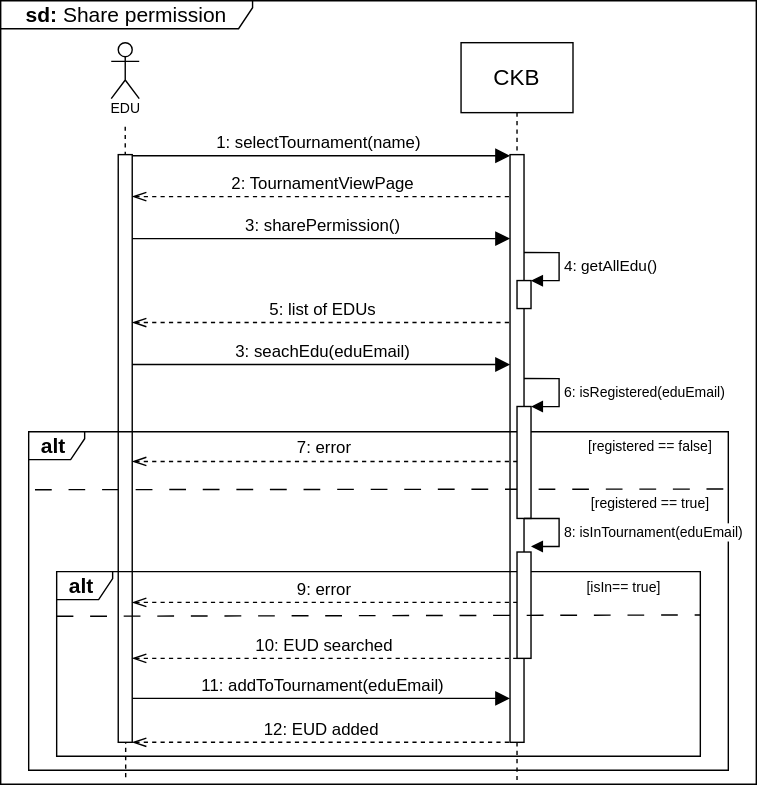
Above: RASD/images/sequence_diagrams/.svg/Share_Permission.svg in pontig/sw-eng-2-PasiniPontiggiaStasi (draw.io), before the change. Source tidied: cells renumbered, new cells last; positions are measured from the earlier drawing's top-left corner, leaving out a move shared by most shapes.
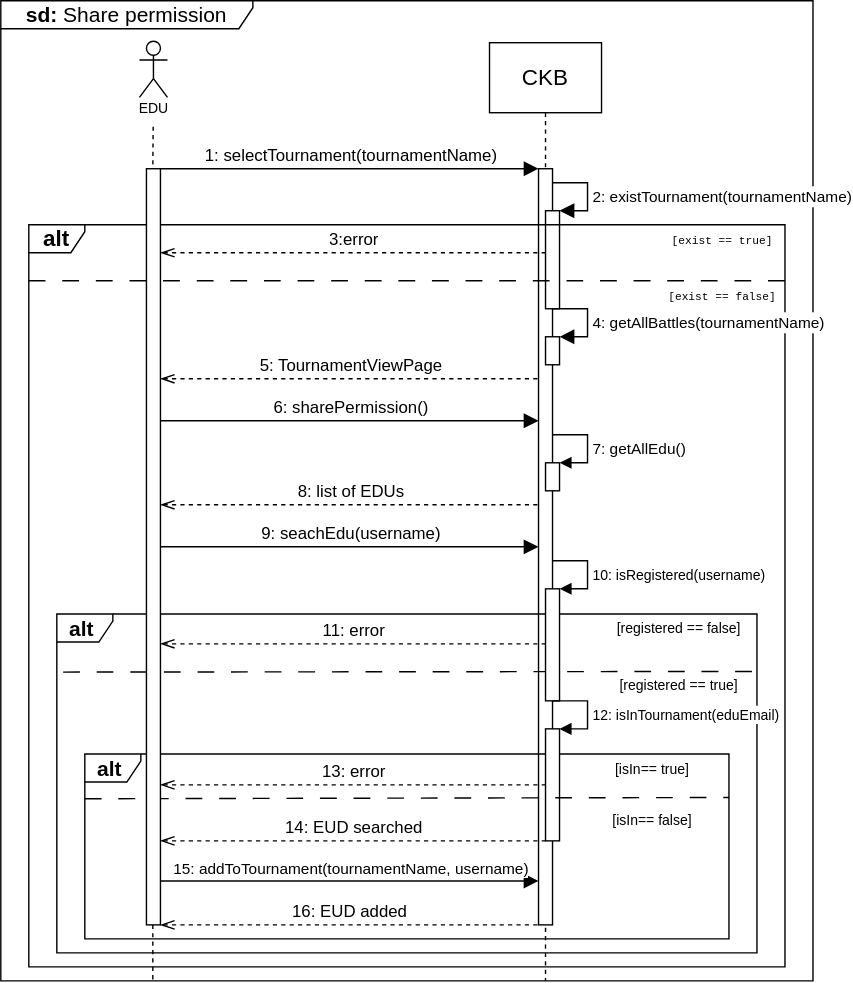
After the commit.

Change to the diagram source:
```diff
@@ -3,24 +3,27 @@
     <mxCell id="0" />
     <mxCell id="1" parent="0" />
     <mxCell id="2" value="CKB" style="shape=umlLifeline;perimeter=lifelinePerimeter;whiteSpace=wrap;html=1;newEdgeStyle={&quot;edgeStyle&quot;:&quot;elbowEdgeStyle&quot;,&quot;elbow&quot;:&quot;vertical&quot;,&quot;curved&quot;:0,&quot;rounded&quot;:0};fontSize=16;size=50;" parent="1" vertex="1">
-      <mxGeometry x="329" y="30" width="80" height="530" as="geometry" />
+      <mxGeometry x="329" y="-100" width="80" height="670" as="geometry" />
     </mxCell>
     <mxCell id="3" style="html=1;points=[[0,0,0,0,5],[0,1,0,0,-5],[1,0,0,0,5],[1,1,0,0,-5]];perimeter=orthogonalPerimeter;outlineConnect=0;targetShapes=umlLifeline;portConstraint=eastwest;newEdgeStyle={&quot;curved&quot;:0,&quot;rounded&quot;:0};fontSize=16;" parent="2" vertex="1">
-      <mxGeometry x="35" y="80" width="10" height="420" as="geometry" />
+      <mxGeometry x="35" y="90" width="10" height="540" as="geometry" />
     </mxCell>
     <mxCell id="4" style="shape=umlActor;verticalLabelPosition=bottom;verticalAlign=top;html=1;fontSize=16;" parent="1" vertex="1">
-      <mxGeometry x="79" y="30" width="20" height="40" as="geometry" />
+      <mxGeometry x="79" y="-101" width="20" height="40" as="geometry" />
     </mxCell>
     <mxCell id="5" value="&lt;font style=&quot;font-size: 10px;&quot;&gt;EDU&lt;/font&gt;" style="text;html=1;align=center;verticalAlign=middle;strokeColor=none;fillColor=none;fontSize=16;" parent="1" vertex="1">
-      <mxGeometry x="69" y="60" width="40" height="30" as="geometry" />
+      <mxGeometry x="69" y="-70" width="40" height="30" as="geometry" />
     </mxCell>
-    <mxCell id="6" style="edgeStyle=elbowEdgeStyle;fontSize=12;html=1;endArrow=none;endFill=0;startArrow=none;startFill=0;endSize=6;startSize=6;rounded=0;curved=1;dashed=1;entryX=0.164;entryY=0.996;entryDx=0;entryDy=0;entryPerimeter=0;" parent="1" edge="1" target="11">
+    <mxCell id="6" style="edgeStyle=elbowEdgeStyle;fontSize=12;html=1;endArrow=none;endFill=0;startArrow=none;startFill=0;endSize=6;startSize=6;rounded=0;curved=1;dashed=1;" parent="1" edge="1" source="14">
       <mxGeometry relative="1" as="geometry">
-        <mxPoint x="89" y="90" as="sourcePoint" />
+        <mxPoint x="88.8" y="570" as="targetPoint" />
       </mxGeometry>
     </mxCell>
-    <mxCell id="7" value="1: selectTournament(name)" style="html=1;verticalAlign=bottom;endArrow=block;curved=0;rounded=0;fontSize=12;startSize=8;endSize=8;exitX=0.563;exitY=0.002;exitDx=0;exitDy=0;exitPerimeter=0;" parent="1" edge="1" source="14" target="3">
-      <mxGeometry relative="1" as="geometry" />
+    <mxCell id="7" value="1: selectTournament(tournamentName)" style="html=1;verticalAlign=bottom;endArrow=block;curved=0;rounded=0;fontSize=12;startSize=8;endSize=8;" parent="1" edge="1">
+      <mxGeometry relative="1" as="geometry">
+        <mxPoint x="94" y="-10" as="sourcePoint" />
+        <mxPoint x="364" y="-10" as="targetPoint" />
+      </mxGeometry>
     </mxCell>
     <mxCell id="8" value="&lt;p style=&quot;font-size: 10px;&quot;&gt;&lt;font style=&quot;font-size: 10px;&quot;&gt;&lt;font style=&quot;font-size: 10px;&quot;&gt;[registered&amp;nbsp;&lt;/font&gt;&lt;/font&gt;&lt;font style=&quot;font-size: 10px;&quot;&gt;&lt;font style=&quot;font-size: 10px;&quot;&gt;== true&lt;/font&gt;&lt;/font&gt;&lt;font style=&quot;font-size: 10px;&quot;&gt;]&lt;/font&gt;&lt;/p&gt;" style="text;html=1;align=center;verticalAlign=middle;strokeColor=none;fillColor=none;fontSize=16;" parent="1" vertex="1">
       <mxGeometry x="409" y="334" width="110" height="50" as="geometry" />
@@ -35,22 +38,15 @@
       </mxGeometry>
     </mxCell>
     <mxCell id="11" value="&lt;font style=&quot;font-size: 15px;&quot;&gt;&lt;b&gt;sd:&lt;/b&gt;&amp;nbsp;Share permission&lt;/font&gt;" style="shape=umlFrame;whiteSpace=wrap;html=1;fontSize=16;width=180;height=20;" parent="1" vertex="1">
-      <mxGeometry width="540" height="560" as="geometry" />
+      <mxGeometry x="-20" y="-130" width="580" height="700" as="geometry" />
     </mxCell>
-    <mxCell id="12" value="2: TournamentViewPage" style="html=1;verticalAlign=bottom;endArrow=none;curved=0;rounded=0;fontSize=12;startSize=8;endSize=8;dashed=1;startArrow=openThin;startFill=0;endFill=0;" parent="1" edge="1" source="14">
+    <mxCell id="12" value="5: TournamentViewPage" style="html=1;verticalAlign=bottom;endArrow=none;curved=0;rounded=0;fontSize=12;startSize=8;endSize=8;dashed=1;startArrow=openThin;startFill=0;endFill=0;" parent="1" edge="1">
       <mxGeometry relative="1" as="geometry">
+        <mxPoint x="94" y="140" as="sourcePoint" />
         <mxPoint x="364" y="140" as="targetPoint" />
       </mxGeometry>
     </mxCell>
-    <mxCell id="13" style="html=1;verticalAlign=bottom;endArrow=block;curved=0;rounded=0;fontSize=12;startSize=8;endSize=8;" parent="1" edge="1" target="14">
-      <mxGeometry relative="1" as="geometry">
-        <mxPoint x="89" y="140" as="sourcePoint" />
-      </mxGeometry>
-    </mxCell>
-    <mxCell id="14" style="html=1;points=[[0,0,0,0,5],[0,1,0,0,-5],[1,0,0,0,5],[1,1,0,0,-5]];perimeter=orthogonalPerimeter;outlineConnect=0;targetShapes=umlLifeline;portConstraint=eastwest;newEdgeStyle={&quot;curved&quot;:0,&quot;rounded&quot;:0};fontSize=16;" parent="1" vertex="1">
-      <mxGeometry x="84" y="110" width="10" height="420" as="geometry" />
-    </mxCell>
-    <mxCell id="15" value="3: sharePermission()" style="html=1;verticalAlign=bottom;endArrow=block;curved=0;rounded=0;fontSize=12;startSize=8;endSize=8;exitX=0.563;exitY=0.002;exitDx=0;exitDy=0;exitPerimeter=0;" parent="1" edge="1" target="3">
+    <mxCell id="15" value="6: sharePermission()" style="html=1;verticalAlign=bottom;endArrow=block;curved=0;rounded=0;fontSize=12;startSize=8;endSize=8;exitX=0.563;exitY=0.002;exitDx=0;exitDy=0;exitPerimeter=0;" parent="1" edge="1" target="3">
       <mxGeometry x="0.01" relative="1" as="geometry">
         <mxPoint x="94" y="170" as="sourcePoint" />
       </mxGeometry>
@@ -58,7 +54,7 @@
     <mxCell id="16" style="html=1;points=[[0,0,0,0,5],[0,1,0,0,-5],[1,0,0,0,5],[1,1,0,0,-5]];perimeter=orthogonalPerimeter;outlineConnect=0;targetShapes=umlLifeline;portConstraint=eastwest;newEdgeStyle={&quot;curved&quot;:0,&quot;rounded&quot;:0};" parent="1" vertex="1">
       <mxGeometry x="369" y="200" width="10" height="20" as="geometry" />
     </mxCell>
-    <mxCell id="17" value="4: getAllEdu()" style="html=1;align=left;spacingLeft=2;endArrow=block;rounded=0;edgeStyle=orthogonalEdgeStyle;curved=0;rounded=0;" parent="1" edge="1" target="16">
+    <mxCell id="17" value="7: getAllEdu()" style="html=1;align=left;spacingLeft=2;endArrow=block;rounded=0;edgeStyle=orthogonalEdgeStyle;curved=0;rounded=0;" parent="1" edge="1" target="16">
       <mxGeometry x="0.08" relative="1" as="geometry">
         <mxPoint x="374" y="180" as="sourcePoint" />
         <Array as="points">
@@ -73,7 +69,7 @@
     <mxCell id="19" style="html=1;points=[[0,0,0,0,5],[0,1,0,0,-5],[1,0,0,0,5],[1,1,0,0,-5]];perimeter=orthogonalPerimeter;outlineConnect=0;targetShapes=umlLifeline;portConstraint=eastwest;newEdgeStyle={&quot;curved&quot;:0,&quot;rounded&quot;:0};" parent="1" vertex="1">
       <mxGeometry x="369" y="290" width="10" height="80" as="geometry" />
     </mxCell>
-    <mxCell id="20" value="&lt;font style=&quot;font-size: 10px;&quot;&gt;6: isRegistered(eduEmail)&lt;/font&gt;" style="html=1;align=left;spacingLeft=2;endArrow=block;rounded=0;edgeStyle=orthogonalEdgeStyle;curved=0;rounded=0;" parent="1" edge="1" target="19">
+    <mxCell id="20" value="&lt;font style=&quot;font-size: 10px;&quot;&gt;10: isRegistered(username)&lt;/font&gt;" style="html=1;align=left;spacingLeft=2;endArrow=block;rounded=0;edgeStyle=orthogonalEdgeStyle;curved=0;rounded=0;" parent="1" edge="1" target="19">
       <mxGeometry x="0.08" relative="1" as="geometry">
         <mxPoint x="374" y="270" as="sourcePoint" />
         <Array as="points">
@@ -82,36 +78,36 @@
         </Array>
       </mxGeometry>
     </mxCell>
-    <mxCell id="21" value="7: error" style="html=1;verticalAlign=bottom;endArrow=none;curved=0;rounded=0;fontSize=12;startSize=8;endSize=8;startArrow=openThin;startFill=0;endFill=0;dashed=1;" parent="1" edge="1">
+    <mxCell id="21" value="11: error" style="html=1;verticalAlign=bottom;endArrow=none;curved=0;rounded=0;fontSize=12;startSize=8;endSize=8;startArrow=openThin;startFill=0;endFill=0;dashed=1;" parent="1" edge="1">
       <mxGeometry relative="1" as="geometry">
         <mxPoint x="94" y="329.3" as="sourcePoint" />
         <mxPoint x="369" y="329.3" as="targetPoint" />
       </mxGeometry>
     </mxCell>
-    <mxCell id="22" value="10: EUD searched" style="html=1;verticalAlign=bottom;endArrow=none;curved=0;rounded=0;fontSize=12;startSize=8;endSize=8;startArrow=openThin;startFill=0;endFill=0;dashed=1;" parent="1" edge="1" source="14">
+    <mxCell id="22" value="14: EUD searched" style="html=1;verticalAlign=bottom;endArrow=none;curved=0;rounded=0;fontSize=12;startSize=8;endSize=8;startArrow=openThin;startFill=0;endFill=0;dashed=1;" parent="1" edge="1" source="14">
       <mxGeometry relative="1" as="geometry">
         <mxPoint x="369" y="470" as="targetPoint" />
       </mxGeometry>
     </mxCell>
-    <mxCell id="23" value="5: list of EDUs" style="html=1;verticalAlign=bottom;endArrow=none;curved=0;rounded=0;fontSize=12;startSize=8;endSize=8;dashed=1;startArrow=openThin;startFill=0;endFill=0;" parent="1" edge="1">
+    <mxCell id="23" value="8: list of EDUs" style="html=1;verticalAlign=bottom;endArrow=none;curved=0;rounded=0;fontSize=12;startSize=8;endSize=8;dashed=1;startArrow=openThin;startFill=0;endFill=0;" parent="1" edge="1">
       <mxGeometry relative="1" as="geometry">
         <mxPoint x="94" y="230" as="sourcePoint" />
         <mxPoint x="364" y="230" as="targetPoint" />
       </mxGeometry>
     </mxCell>
-    <mxCell id="24" value="3: seachEdu(eduEmail)" style="html=1;verticalAlign=bottom;endArrow=block;curved=0;rounded=0;fontSize=12;startSize=8;endSize=8;exitX=0.563;exitY=0.002;exitDx=0;exitDy=0;exitPerimeter=0;" parent="1" edge="1">
+    <mxCell id="24" value="9: seachEdu(username)" style="html=1;verticalAlign=bottom;endArrow=block;curved=0;rounded=0;fontSize=12;startSize=8;endSize=8;exitX=0.563;exitY=0.002;exitDx=0;exitDy=0;exitPerimeter=0;" parent="1" edge="1">
       <mxGeometry x="0.01" relative="1" as="geometry">
         <mxPoint x="94" y="260" as="sourcePoint" />
         <mxPoint x="364" y="260" as="targetPoint" />
       </mxGeometry>
     </mxCell>
-    <mxCell id="25" value="11: addToTournament(eduEmail)" style="html=1;verticalAlign=bottom;endArrow=block;curved=0;rounded=0;fontSize=12;startSize=8;endSize=8;exitX=0.563;exitY=0.002;exitDx=0;exitDy=0;exitPerimeter=0;" parent="1" edge="1">
+    <mxCell id="25" value="&lt;font style=&quot;font-size: 11px;&quot;&gt;15: addToTournament(tournamentName, username)&lt;/font&gt;" style="html=1;verticalAlign=bottom;endArrow=block;curved=0;rounded=0;fontSize=12;startSize=8;endSize=8;exitX=0.563;exitY=0.002;exitDx=0;exitDy=0;exitPerimeter=0;" parent="1" edge="1">
       <mxGeometry x="0.01" relative="1" as="geometry">
         <mxPoint x="94" y="498.6" as="sourcePoint" />
         <mxPoint x="364" y="498.6" as="targetPoint" />
       </mxGeometry>
     </mxCell>
-    <mxCell id="26" value="12: EUD added" style="html=1;verticalAlign=bottom;endArrow=none;curved=0;rounded=0;fontSize=12;startSize=8;endSize=8;startArrow=openThin;startFill=0;endFill=0;dashed=1;" parent="1" edge="1">
+    <mxCell id="26" value="16: EUD added" style="html=1;verticalAlign=bottom;endArrow=none;curved=0;rounded=0;fontSize=12;startSize=8;endSize=8;startArrow=openThin;startFill=0;endFill=0;dashed=1;" parent="1" edge="1">
       <mxGeometry relative="1" as="geometry">
         <mxPoint x="94" y="530" as="sourcePoint" />
         <mxPoint x="364" y="530" as="targetPoint" />
@@ -121,9 +117,9 @@
       <mxGeometry x="40" y="408" width="460" height="132" as="geometry" />
     </mxCell>
     <mxCell id="28" style="html=1;perimeter=orthogonalPerimeter;targetShapes=umlLifeline;newEdgeStyle={&quot;curved&quot;:0,&quot;rounded&quot;:0};" parent="1" vertex="1">
-      <mxGeometry x="369" y="394" width="10" height="76" as="geometry" />
+      <mxGeometry x="369" y="390" width="10" height="80" as="geometry" />
     </mxCell>
-    <mxCell id="29" value="&lt;font style=&quot;font-size: 10px;&quot;&gt;8: isInTournament(eduEmail)&lt;/font&gt;" style="html=1;align=left;spacingLeft=2;endArrow=block;rounded=0;edgeStyle=orthogonalEdgeStyle;curved=0;rounded=0;" parent="1" edge="1">
+    <mxCell id="29" value="&lt;font style=&quot;font-size: 10px;&quot;&gt;12: isInTournament(eduEmail)&lt;/font&gt;" style="html=1;align=left;spacingLeft=2;endArrow=block;rounded=0;edgeStyle=orthogonalEdgeStyle;curved=0;rounded=0;" parent="1" edge="1">
       <mxGeometry x="0.08" relative="1" as="geometry">
         <mxPoint x="374" y="370" as="sourcePoint" />
         <mxPoint x="379" y="390" as="targetPoint" />
@@ -136,7 +132,7 @@
     <mxCell id="30" value="&lt;p style=&quot;font-size: 10px;&quot;&gt;&lt;font style=&quot;font-size: 10px;&quot;&gt;&lt;font style=&quot;font-size: 10px;&quot;&gt;[isIn&lt;/font&gt;&lt;/font&gt;&lt;font style=&quot;font-size: 10px;&quot;&gt;&lt;font style=&quot;font-size: 10px;&quot;&gt;== true&lt;/font&gt;&lt;/font&gt;&lt;font style=&quot;font-size: 10px;&quot;&gt;]&lt;/font&gt;&lt;/p&gt;" style="text;html=1;align=center;verticalAlign=middle;strokeColor=none;fillColor=none;fontSize=16;" parent="1" vertex="1">
       <mxGeometry x="405" y="394" width="80" height="50" as="geometry" />
     </mxCell>
-    <mxCell id="31" value="9: error" style="html=1;verticalAlign=bottom;endArrow=none;curved=0;rounded=0;fontSize=12;startSize=8;endSize=8;startArrow=openThin;startFill=0;endFill=0;dashed=1;" parent="1" edge="1">
+    <mxCell id="31" value="13: error" style="html=1;verticalAlign=bottom;endArrow=none;curved=0;rounded=0;fontSize=12;startSize=8;endSize=8;startArrow=openThin;startFill=0;endFill=0;dashed=1;" parent="1" edge="1">
       <mxGeometry relative="1" as="geometry">
         <mxPoint x="94" y="430" as="sourcePoint" />
         <mxPoint x="369" y="430" as="targetPoint" />
@@ -148,5 +144,61 @@
         <mxPoint x="500" y="439" as="targetPoint" />
       </mxGeometry>
     </mxCell>
+    <mxCell id="33" value="&lt;p style=&quot;font-size: 10px;&quot;&gt;&lt;font style=&quot;font-size: 10px;&quot;&gt;&lt;font style=&quot;font-size: 10px;&quot;&gt;[isIn&lt;/font&gt;&lt;/font&gt;&lt;font style=&quot;font-size: 10px;&quot;&gt;&lt;font style=&quot;font-size: 10px;&quot;&gt;== false&lt;/font&gt;&lt;/font&gt;&lt;font style=&quot;font-size: 10px;&quot;&gt;]&lt;/font&gt;&lt;/p&gt;" style="text;html=1;align=center;verticalAlign=middle;strokeColor=none;fillColor=none;fontSize=16;" parent="1" vertex="1">
+      <mxGeometry x="405" y="430" width="80" height="50" as="geometry" />
+    </mxCell>
+    <mxCell id="34" style="html=1;points=[[0,0,0,0,5],[0,1,0,0,-5],[1,0,0,0,5],[1,1,0,0,-5]];perimeter=orthogonalPerimeter;outlineConnect=0;targetShapes=umlLifeline;portConstraint=eastwest;newEdgeStyle={&quot;curved&quot;:0,&quot;rounded&quot;:0};fontSize=16;" parent="1" vertex="1">
+      <mxGeometry x="369" y="20" width="10" height="70" as="geometry" />
+    </mxCell>
+    <mxCell id="35" value="&lt;font style=&quot;font-size: 11px;&quot;&gt;2: existTournament(tournamentName)&lt;/font&gt;" style="html=1;align=left;spacingLeft=2;endArrow=block;rounded=0;edgeStyle=orthogonalEdgeStyle;curved=0;rounded=0;fontSize=12;startSize=8;endSize=8;" parent="1" edge="1">
+      <mxGeometry x="0.08" relative="1" as="geometry">
+        <mxPoint x="374" as="sourcePoint" />
+        <mxPoint x="379" y="20" as="targetPoint" />
+        <Array as="points">
+          <mxPoint x="399" />
+          <mxPoint x="399" y="20" />
+        </Array>
+      </mxGeometry>
+    </mxCell>
+    <mxCell id="36" value="&lt;b&gt;alt&lt;/b&gt;" style="shape=umlFrame;whiteSpace=wrap;html=1;fontSize=16;width=40;height=20;" parent="1" vertex="1">
+      <mxGeometry y="30" width="540" height="530" as="geometry" />
+    </mxCell>
+    <mxCell id="37" style="endArrow=none;html=1;rounded=0;fontSize=12;startSize=8;endSize=8;curved=1;dashed=1;dashPattern=12 12;" parent="1" edge="1">
+      <mxGeometry relative="1" as="geometry">
+        <mxPoint y="70" as="sourcePoint" />
+        <mxPoint x="540" y="70" as="targetPoint" />
+      </mxGeometry>
+    </mxCell>
+    <mxCell id="38" style="html=1;points=[[0,0,0,0,5],[0,1,0,0,-5],[1,0,0,0,5],[1,1,0,0,-5]];perimeter=orthogonalPerimeter;outlineConnect=0;targetShapes=umlLifeline;portConstraint=eastwest;newEdgeStyle={&quot;curved&quot;:0,&quot;rounded&quot;:0};fontSize=16;" parent="1" vertex="1">
+      <mxGeometry x="369" y="110" width="10" height="20" as="geometry" />
+    </mxCell>
+    <mxCell id="39" value="&lt;font style=&quot;font-size: 11px;&quot;&gt;4: getAllBattles(tournamentName)&lt;/font&gt;" style="html=1;align=left;spacingLeft=2;endArrow=block;rounded=0;edgeStyle=orthogonalEdgeStyle;curved=0;rounded=0;fontSize=12;startSize=8;endSize=8;" parent="1" edge="1" target="38">
+      <mxGeometry x="0.08" relative="1" as="geometry">
+        <mxPoint x="374" y="90" as="sourcePoint" />
+        <Array as="points">
+          <mxPoint x="399" y="90" />
+          <mxPoint x="399" y="110" />
+        </Array>
+      </mxGeometry>
+    </mxCell>
+    <mxCell id="40" value="&lt;pre&gt;&lt;font style=&quot;font-size: 8px;&quot;&gt;[exist == false]&lt;/font&gt;&lt;/pre&gt;" style="text;html=1;align=center;verticalAlign=middle;strokeColor=none;fillColor=none;fontSize=16;" parent="1" vertex="1">
+      <mxGeometry x="450" y="50" width="90" height="60" as="geometry" />
+    </mxCell>
+    <mxCell id="41" value="3:error" style="html=1;verticalAlign=bottom;endArrow=none;curved=0;rounded=0;fontSize=12;startSize=8;endSize=8;dashed=1;startArrow=openThin;startFill=0;endFill=0;" parent="1" edge="1" target="34">
+      <mxGeometry relative="1" as="geometry">
+        <mxPoint x="94" y="50" as="sourcePoint" />
+      </mxGeometry>
+    </mxCell>
+    <mxCell id="42" value="&lt;pre&gt;&lt;font style=&quot;font-size: 8px;&quot;&gt;[exist == true]&lt;/font&gt;&lt;/pre&gt;" style="text;html=1;align=center;verticalAlign=middle;strokeColor=none;fillColor=none;fontSize=16;" parent="1" vertex="1">
+      <mxGeometry x="450" y="10" width="90" height="60" as="geometry" />
+    </mxCell>
+    <mxCell id="43" style="edgeStyle=elbowEdgeStyle;fontSize=12;html=1;endArrow=none;endFill=0;startArrow=none;startFill=0;endSize=6;startSize=6;rounded=0;curved=1;dashed=1;" parent="1" edge="1" target="14">
+      <mxGeometry relative="1" as="geometry">
+        <mxPoint x="88.8" y="-40" as="sourcePoint" />
+      </mxGeometry>
+    </mxCell>
+    <mxCell id="14" style="html=1;points=[[0,0,0,0,5],[0,1,0,0,-5],[1,0,0,0,5],[1,1,0,0,-5]];perimeter=orthogonalPerimeter;outlineConnect=0;targetShapes=umlLifeline;portConstraint=eastwest;newEdgeStyle={&quot;curved&quot;:0,&quot;rounded&quot;:0};fontSize=16;" parent="1" vertex="1">
+      <mxGeometry x="84" y="-10" width="10" height="540" as="geometry" />
+    </mxCell>
   </root>
 </mxGraphModel>
```
